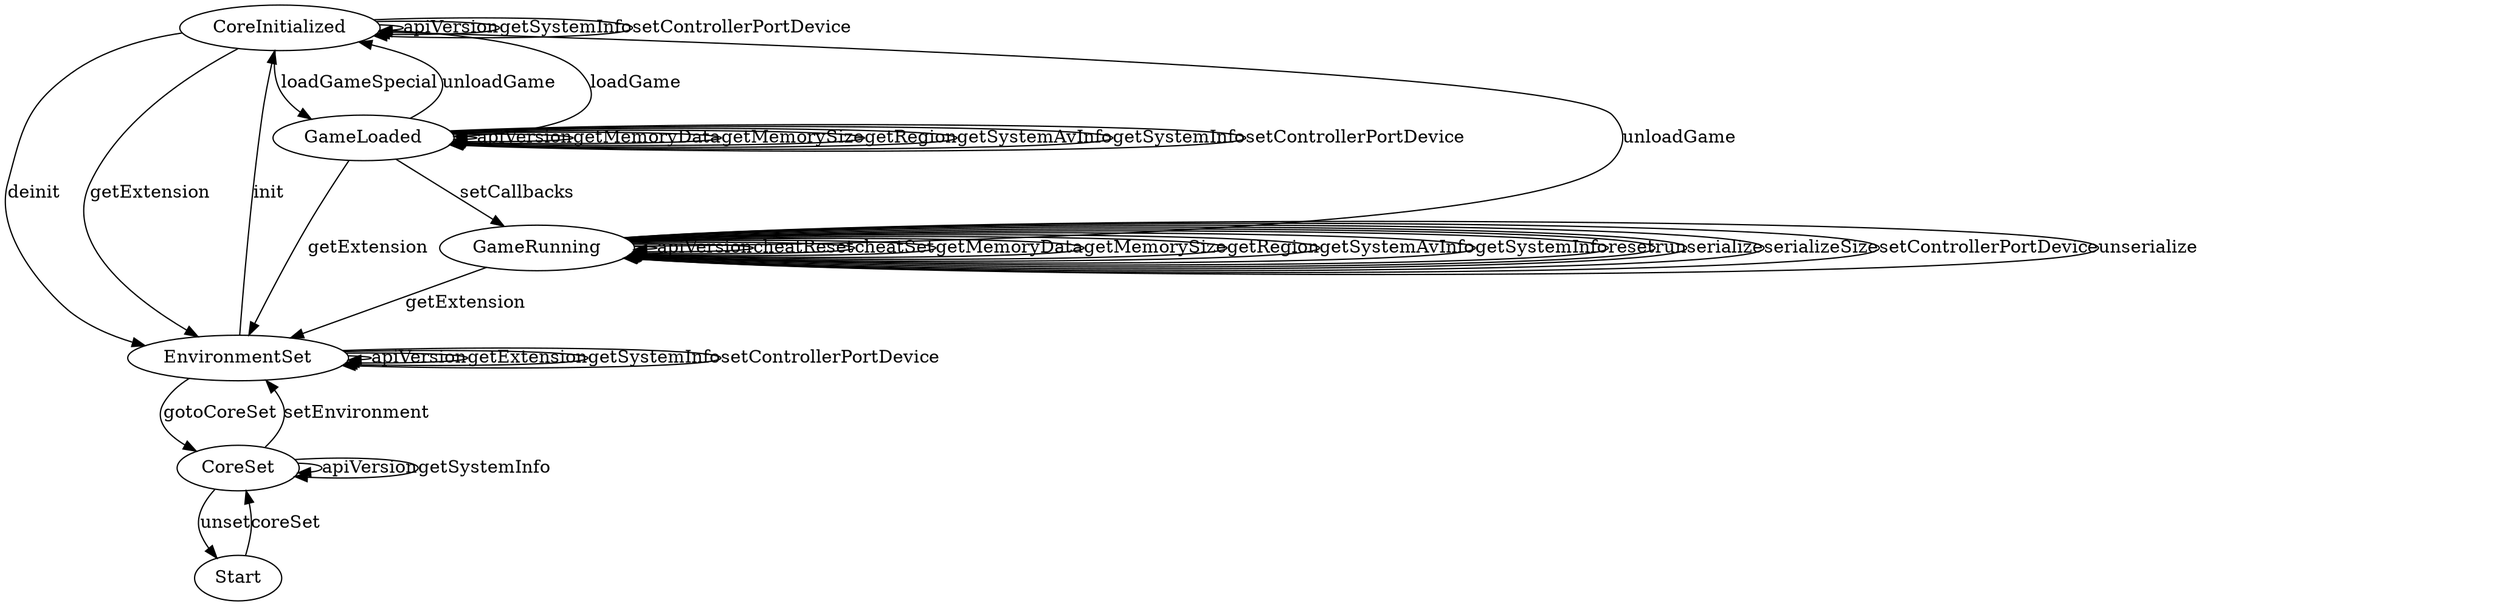
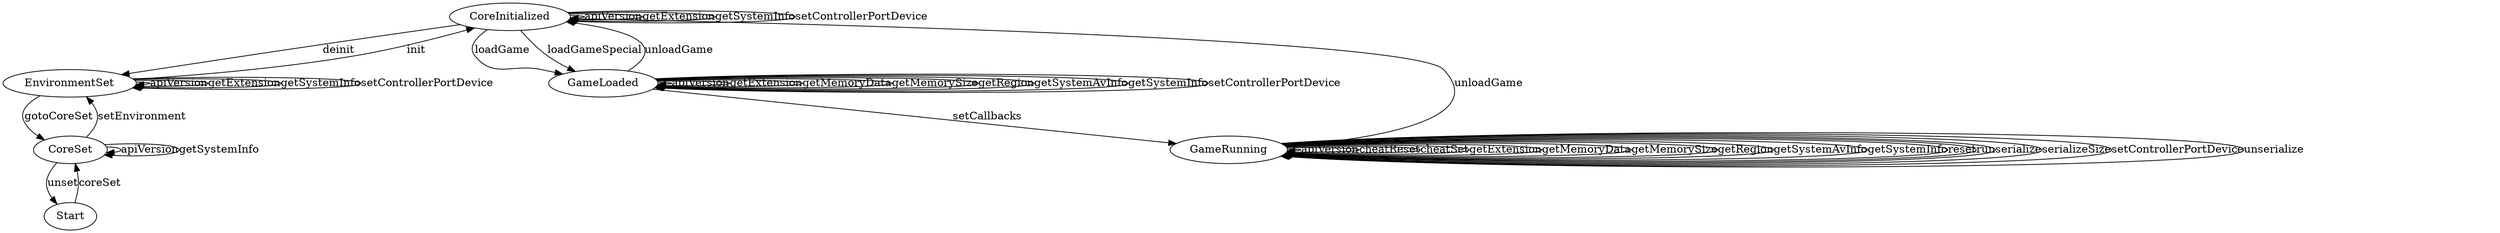
// Generated with FSM compiler, https://github.com/leiradel/luamods/ddlt

digraph CoreFsm {
    CoreInitialized [label="CoreInitialized"];
    CoreSet [label="CoreSet"];
    EnvironmentSet [label="EnvironmentSet"];
    GameLoaded [label="GameLoaded"];
    GameRunning [label="GameRunning"];
    Start [label="Start"];

    CoreInitialized -> CoreInitialized [label="apiVersion"];
    CoreInitialized -> EnvironmentSet [label="deinit"];
-     CoreInitialized -> EnvironmentSet [label="getExtension"];
+     CoreInitialized -> CoreInitialized [label="getExtension"];
    CoreInitialized -> CoreInitialized [label="getSystemInfo"];
    CoreInitialized -> GameLoaded [label="loadGame"];
    CoreInitialized -> GameLoaded [label="loadGameSpecial"];
    CoreInitialized -> CoreInitialized [label="setControllerPortDevice"];
    CoreSet -> CoreSet [label="apiVersion"];
    CoreSet -> CoreSet [label="getSystemInfo"];
    CoreSet -> EnvironmentSet [label="setEnvironment"];
    CoreSet -> Start [label="unset"];
    EnvironmentSet -> EnvironmentSet [label="apiVersion"];
    EnvironmentSet -> EnvironmentSet [label="getExtension"];
    EnvironmentSet -> EnvironmentSet [label="getSystemInfo"];
    EnvironmentSet -> CoreSet [label="gotoCoreSet"];
    EnvironmentSet -> CoreInitialized [label="init"];
    EnvironmentSet -> EnvironmentSet [label="setControllerPortDevice"];
    GameLoaded -> GameLoaded [label="apiVersion"];
-     GameLoaded -> EnvironmentSet [label="getExtension"];
+     GameLoaded -> GameLoaded [label="getExtension"];
    GameLoaded -> GameLoaded [label="getMemoryData"];
    GameLoaded -> GameLoaded [label="getMemorySize"];
    GameLoaded -> GameLoaded [label="getRegion"];
    GameLoaded -> GameLoaded [label="getSystemAvInfo"];
    GameLoaded -> GameLoaded [label="getSystemInfo"];
    GameLoaded -> GameRunning [label="setCallbacks"];
    GameLoaded -> GameLoaded [label="setControllerPortDevice"];
    GameLoaded -> CoreInitialized [label="unloadGame"];
    GameRunning -> GameRunning [label="apiVersion"];
    GameRunning -> GameRunning [label="cheatReset"];
    GameRunning -> GameRunning [label="cheatSet"];
-     GameRunning -> EnvironmentSet [label="getExtension"];
+     GameRunning -> GameRunning [label="getExtension"];
    GameRunning -> GameRunning [label="getMemoryData"];
    GameRunning -> GameRunning [label="getMemorySize"];
    GameRunning -> GameRunning [label="getRegion"];
    GameRunning -> GameRunning [label="getSystemAvInfo"];
    GameRunning -> GameRunning [label="getSystemInfo"];
    GameRunning -> GameRunning [label="reset"];
    GameRunning -> GameRunning [label="run"];
    GameRunning -> GameRunning [label="serialize"];
    GameRunning -> GameRunning [label="serializeSize"];
    GameRunning -> GameRunning [label="setControllerPortDevice"];
    GameRunning -> CoreInitialized [label="unloadGame"];
    GameRunning -> GameRunning [label="unserialize"];
    Start -> CoreSet [label="coreSet"];
}
